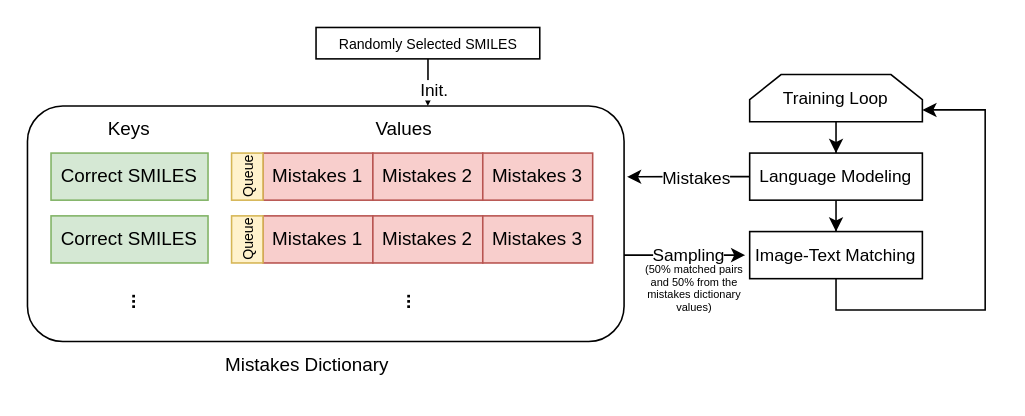
Above: selfnegative.drawio in weathon/3d2smile (draw.io), before the change. Source tidied: cells renumbered, new cells numbered last; positions are measured from the earlier drawing's top-left corner, leaving out a move shared by most shapes. Both pictures are drawn from the tidied source at 157%, with x=0, y=0 at pixel (27, 27).
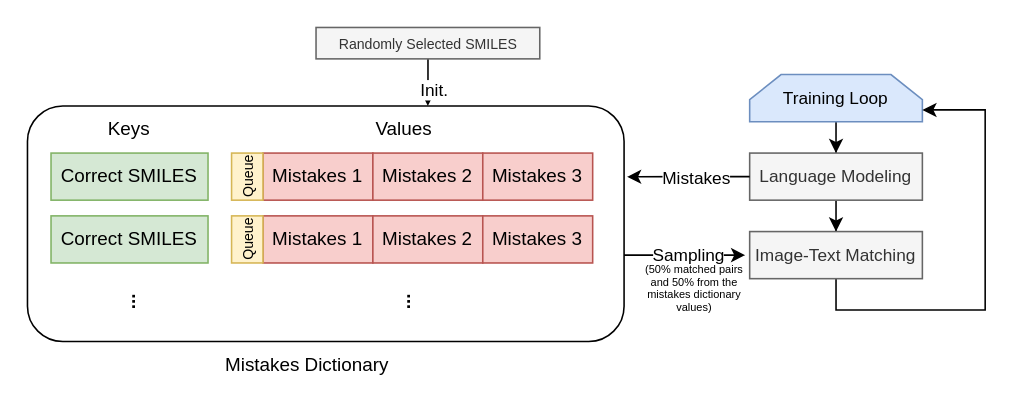
The same diagram, later.

The edit, as a diff of the source:
```diff
@@
-    <mxCell id="19" value="Training Loop" style="shape=loopLimit;whiteSpace=wrap;html=1;fontSize=11;" parent="1" vertex="1">
+    <mxCell id="19" value="Training Loop" style="shape=loopLimit;whiteSpace=wrap;html=1;fontSize=11;fillColor=#dae8fc;strokeColor=#6c8ebf;" parent="1" vertex="1">
       <mxGeometry x="460" y="30" width="110" height="30" as="geometry" />
     </mxCell>
@@
-    <mxCell id="21" value="&lt;font style=&quot;font-size: 11px;&quot;&gt;Language Modeling&lt;/font&gt;" style="rounded=0;whiteSpace=wrap;html=1;" parent="1" vertex="1">
+    <mxCell id="21" value="&lt;font style=&quot;font-size: 11px;&quot;&gt;Language Modeling&lt;/font&gt;" style="rounded=0;whiteSpace=wrap;html=1;fillColor=#f5f5f5;fontColor=#333333;strokeColor=#666666;" parent="1" vertex="1">
       <mxGeometry x="460" y="80" width="110" height="30" as="geometry" />
     </mxCell>
@@
-    <mxCell id="24" value="&lt;font style=&quot;font-size: 9px;&quot;&gt;Randomly Selected SMILES&lt;/font&gt;" style="rounded=0;whiteSpace=wrap;html=1;" parent="1" vertex="1">
+    <mxCell id="24" value="&lt;font style=&quot;font-size: 9px;&quot;&gt;Randomly Selected SMILES&lt;/font&gt;" style="rounded=0;whiteSpace=wrap;html=1;fillColor=#f5f5f5;fontColor=#333333;strokeColor=#666666;" parent="1" vertex="1">
       <mxGeometry x="183.8" width="142.5" height="20" as="geometry" />
     </mxCell>
@@
-    <mxCell id="28" value="&lt;font style=&quot;font-size: 11px;&quot;&gt;Image-Text Matching&lt;/font&gt;" style="rounded=0;whiteSpace=wrap;html=1;" parent="1" vertex="1">
+    <mxCell id="28" value="&lt;font style=&quot;font-size: 11px;&quot;&gt;Image-Text Matching&lt;/font&gt;" style="rounded=0;whiteSpace=wrap;html=1;fillColor=#f5f5f5;fontColor=#333333;strokeColor=#666666;" parent="1" vertex="1">
       <mxGeometry x="460" y="130" width="110" height="30" as="geometry" />
     </mxCell>
```
